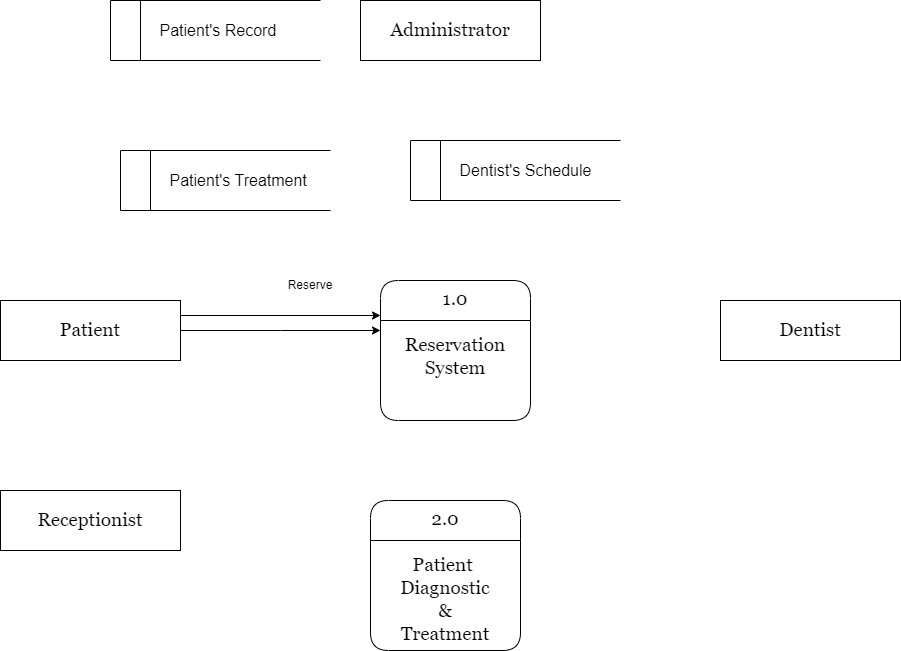
Before: DFD.png, a diagram exported from draw.io (MohamedIsa/Dental-Clinic-System). Source tidied: cells renumbered, new cells last; positions are measured from the earlier drawing's top-left corner, leaving out a move shared by most shapes. Source of this version:
```xml
<mxGraphModel>
  <root>
    <mxCell id="0" />
    <mxCell id="1" parent="0" />
    <mxCell id="2" value="1.0&#10;&#10;Reservation&#10;System" style="swimlane;fontStyle=0;horizontal=1;startSize=40;fillColor=#ffffff;swimlaneFillColor=#ffffff;rounded=1;fontSize=19;fontFamily=Georgia;verticalAlign=top;" parent="1" vertex="1">
      <mxGeometry x="380" y="280" width="150" height="140" as="geometry" />
    </mxCell>
    <mxCell id="3" value="Administrator" style="html=1;dashed=0;whiteSpace=wrap;rounded=0;fontSize=19;fontFamily=Georgia;" parent="1" vertex="1">
      <mxGeometry x="360" width="180" height="60" as="geometry" />
    </mxCell>
    <mxCell id="4" style="edgeStyle=orthogonalEdgeStyle;rounded=0;jettySize=auto;html=1;exitX=1;exitY=0.25;exitDx=0;exitDy=0;entryX=0;entryY=0.25;entryDx=0;entryDy=0;" parent="1" edge="1" source="6" target="2">
      <mxGeometry relative="1" as="geometry" />
    </mxCell>
    <mxCell id="5" style="edgeStyle=orthogonalEdgeStyle;rounded=0;jettySize=auto;html=1;exitX=1;exitY=0.5;exitDx=0;exitDy=0;" parent="1" edge="1" source="6">
      <mxGeometry relative="1" as="geometry">
        <mxPoint x="380" y="330" as="targetPoint" />
      </mxGeometry>
    </mxCell>
    <mxCell id="6" value="Patient" style="html=1;dashed=0;whiteSpace=wrap;rounded=0;fontSize=19;fontFamily=Georgia;" parent="1" vertex="1">
      <mxGeometry y="300" width="180" height="60" as="geometry" />
    </mxCell>
    <mxCell id="7" value="Receptionist" style="html=1;dashed=0;whiteSpace=wrap;rounded=0;fontSize=19;fontFamily=Georgia;" parent="1" vertex="1">
      <mxGeometry y="490" width="180" height="60" as="geometry" />
    </mxCell>
    <mxCell id="8" value="Dentist" style="html=1;dashed=0;whiteSpace=wrap;rounded=0;fontSize=19;fontFamily=Georgia;" parent="1" vertex="1">
      <mxGeometry x="720" y="300" width="180" height="60" as="geometry" />
    </mxCell>
    <mxCell id="9" value="&lt;span style=&quot;font-size: 19px;&quot;&gt;&lt;br&gt;&lt;/span&gt;" style="text;html=1;align=center;verticalAlign=middle;strokeColor=none;fillColor=none;" parent="1" vertex="1">
      <mxGeometry x="540" y="480" width="20" height="40" as="geometry" />
    </mxCell>
    <mxCell id="10" value="&lt;font size=&quot;3&quot;&gt;&amp;nbsp; &amp;nbsp; &amp;nbsp; &amp;nbsp; &amp;nbsp; Patient's Record&lt;/font&gt;" style="html=1;dashed=0;whiteSpace=wrap;shape=mxgraph.dfd.dataStoreID;align=left;spacingLeft=3;points=[[0,0],[0.5,0],[1,0],[0,0.5],[1,0.5],[0,1],[0.5,1],[1,1]];" parent="1" vertex="1">
      <mxGeometry x="110" width="210" height="60" as="geometry" />
    </mxCell>
    <mxCell id="11" value="&lt;font size=&quot;3&quot;&gt;&amp;nbsp; &amp;nbsp; &amp;nbsp; &amp;nbsp; &amp;nbsp; Patient's Treatment&lt;/font&gt;" style="html=1;dashed=0;whiteSpace=wrap;shape=mxgraph.dfd.dataStoreID;align=left;spacingLeft=3;" parent="1" vertex="1">
      <mxGeometry x="120" y="150" width="210" height="60" as="geometry" />
    </mxCell>
    <mxCell id="12" value="&lt;font size=&quot;3&quot;&gt;&amp;nbsp; &amp;nbsp; &amp;nbsp; &amp;nbsp; &amp;nbsp; Dentist's Schedule&lt;br&gt;&lt;/font&gt;" style="html=1;dashed=0;whiteSpace=wrap;shape=mxgraph.dfd.dataStoreID;align=left;spacingLeft=3;points=[[0,0],[0.5,0],[1,0],[0,0.5],[1,0.5],[0,1],[0.5,1],[1,1]];" parent="1" vertex="1">
      <mxGeometry x="410" y="140" width="210" height="60" as="geometry" />
    </mxCell>
    <mxCell id="13" value="Reserve" style="text;html=1;strokeColor=none;fillColor=none;align=center;verticalAlign=middle;whiteSpace=wrap;rounded=0;" parent="1" vertex="1">
      <mxGeometry x="250" y="270" width="120" height="30" as="geometry" />
    </mxCell>
    <mxCell id="14" value="2.0&#10;&#10;Patient &#10;Diagnostic&#10;&amp;&#10;Treatment" style="swimlane;fontStyle=0;horizontal=1;startSize=40;fillColor=#ffffff;swimlaneFillColor=#ffffff;rounded=1;fontSize=19;fontFamily=Georgia;verticalAlign=top;" parent="1" vertex="1">
      <mxGeometry x="370" y="500" width="150" height="150" as="geometry" />
    </mxCell>
  </root>
</mxGraphModel>
```
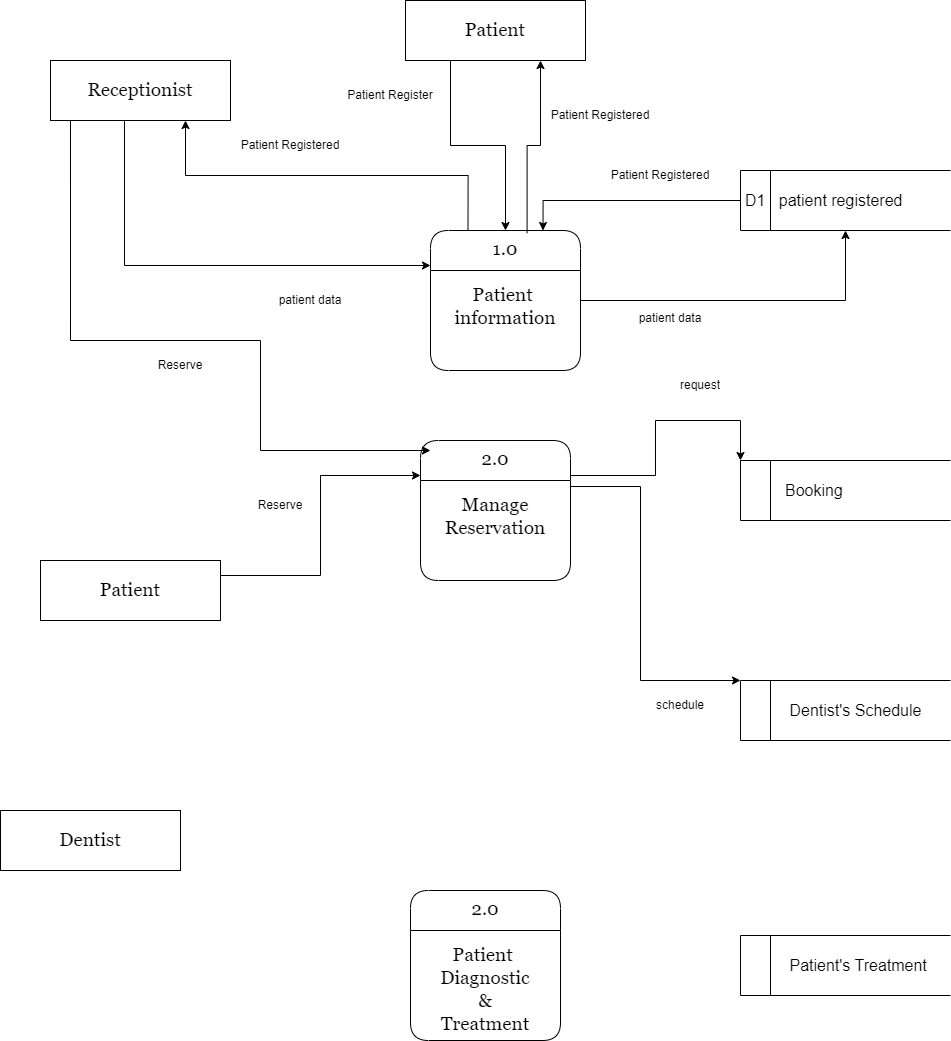
After the change.

What changed in the source:
```diff
@@ -2,46 +2,114 @@
   <root>
     <mxCell id="0" />
     <mxCell id="1" parent="0" />
-    <mxCell id="2" value="1.0&#10;&#10;Reservation&#10;System" style="swimlane;fontStyle=0;horizontal=1;startSize=40;fillColor=#ffffff;swimlaneFillColor=#ffffff;rounded=1;fontSize=19;fontFamily=Georgia;verticalAlign=top;" parent="1" vertex="1">
-      <mxGeometry x="380" y="280" width="150" height="140" as="geometry" />
+    <mxCell id="2" value="2.0&#10;&#10;Manage&#10;Reservation&#10;&#10;" style="swimlane;fontStyle=0;horizontal=1;startSize=40;fillColor=#ffffff;swimlaneFillColor=#ffffff;rounded=1;fontSize=19;fontFamily=Georgia;verticalAlign=top;" parent="1" vertex="1">
+      <mxGeometry x="380" y="180" width="150" height="140" as="geometry" />
     </mxCell>
-    <mxCell id="3" value="Administrator" style="html=1;dashed=0;whiteSpace=wrap;rounded=0;fontSize=19;fontFamily=Georgia;" parent="1" vertex="1">
-      <mxGeometry x="360" width="180" height="60" as="geometry" />
-    </mxCell>
     <mxCell id="4" style="edgeStyle=orthogonalEdgeStyle;rounded=0;jettySize=auto;html=1;exitX=1;exitY=0.25;exitDx=0;exitDy=0;entryX=0;entryY=0.25;entryDx=0;entryDy=0;" parent="1" edge="1" source="6" target="2">
       <mxGeometry relative="1" as="geometry" />
     </mxCell>
-    <mxCell id="5" style="edgeStyle=orthogonalEdgeStyle;rounded=0;jettySize=auto;html=1;exitX=1;exitY=0.5;exitDx=0;exitDy=0;" parent="1" edge="1" source="6">
-      <mxGeometry relative="1" as="geometry">
-        <mxPoint x="380" y="330" as="targetPoint" />
-      </mxGeometry>
-    </mxCell>
     <mxCell id="6" value="Patient" style="html=1;dashed=0;whiteSpace=wrap;rounded=0;fontSize=19;fontFamily=Georgia;" parent="1" vertex="1">
       <mxGeometry y="300" width="180" height="60" as="geometry" />
     </mxCell>
-    <mxCell id="7" value="Receptionist" style="html=1;dashed=0;whiteSpace=wrap;rounded=0;fontSize=19;fontFamily=Georgia;" parent="1" vertex="1">
-      <mxGeometry y="490" width="180" height="60" as="geometry" />
-    </mxCell>
     <mxCell id="8" value="Dentist" style="html=1;dashed=0;whiteSpace=wrap;rounded=0;fontSize=19;fontFamily=Georgia;" parent="1" vertex="1">
-      <mxGeometry x="720" y="300" width="180" height="60" as="geometry" />
+      <mxGeometry x="-40" y="550" width="180" height="60" as="geometry" />
     </mxCell>
     <mxCell id="9" value="&lt;span style=&quot;font-size: 19px;&quot;&gt;&lt;br&gt;&lt;/span&gt;" style="text;html=1;align=center;verticalAlign=middle;strokeColor=none;fillColor=none;" parent="1" vertex="1">
       <mxGeometry x="540" y="480" width="20" height="40" as="geometry" />
     </mxCell>
-    <mxCell id="10" value="&lt;font size=&quot;3&quot;&gt;&amp;nbsp; &amp;nbsp; &amp;nbsp; &amp;nbsp; &amp;nbsp; Patient's Record&lt;/font&gt;" style="html=1;dashed=0;whiteSpace=wrap;shape=mxgraph.dfd.dataStoreID;align=left;spacingLeft=3;points=[[0,0],[0.5,0],[1,0],[0,0.5],[1,0.5],[0,1],[0.5,1],[1,1]];" parent="1" vertex="1">
-      <mxGeometry x="110" width="210" height="60" as="geometry" />
+    <mxCell id="10" value="&lt;font size=&quot;3&quot;&gt;D1&amp;nbsp; &amp;nbsp;patient registered&amp;nbsp;&lt;/font&gt;" style="html=1;dashed=0;whiteSpace=wrap;shape=mxgraph.dfd.dataStoreID;align=left;spacingLeft=3;points=[[0,0],[0.5,0],[1,0],[0,0.5],[1,0.5],[0,1],[0.5,1],[1,1]];" parent="1" vertex="1">
+      <mxGeometry x="700" y="-90" width="210" height="60" as="geometry" />
     </mxCell>
     <mxCell id="11" value="&lt;font size=&quot;3&quot;&gt;&amp;nbsp; &amp;nbsp; &amp;nbsp; &amp;nbsp; &amp;nbsp; Patient's Treatment&lt;/font&gt;" style="html=1;dashed=0;whiteSpace=wrap;shape=mxgraph.dfd.dataStoreID;align=left;spacingLeft=3;" parent="1" vertex="1">
-      <mxGeometry x="120" y="150" width="210" height="60" as="geometry" />
+      <mxGeometry x="700" y="675" width="210" height="60" as="geometry" />
     </mxCell>
-    <mxCell id="12" value="&lt;font size=&quot;3&quot;&gt;&amp;nbsp; &amp;nbsp; &amp;nbsp; &amp;nbsp; &amp;nbsp; Dentist's Schedule&lt;br&gt;&lt;/font&gt;" style="html=1;dashed=0;whiteSpace=wrap;shape=mxgraph.dfd.dataStoreID;align=left;spacingLeft=3;points=[[0,0],[0.5,0],[1,0],[0,0.5],[1,0.5],[0,1],[0.5,1],[1,1]];" parent="1" vertex="1">
-      <mxGeometry x="410" y="140" width="210" height="60" as="geometry" />
+    <mxCell id="12" value="&lt;font size=&quot;3&quot;&gt;&amp;nbsp; &amp;nbsp; &amp;nbsp; &amp;nbsp; &amp;nbsp;Booking&lt;/font&gt;" style="html=1;dashed=0;whiteSpace=wrap;shape=mxgraph.dfd.dataStoreID;align=left;spacingLeft=3;points=[[0,0],[0.5,0],[1,0],[0,0.5],[1,0.5],[0,1],[0.5,1],[1,1]];" parent="1" vertex="1">
+      <mxGeometry x="700" y="200" width="210" height="60" as="geometry" />
     </mxCell>
     <mxCell id="13" value="Reserve" style="text;html=1;strokeColor=none;fillColor=none;align=center;verticalAlign=middle;whiteSpace=wrap;rounded=0;" parent="1" vertex="1">
-      <mxGeometry x="250" y="270" width="120" height="30" as="geometry" />
+      <mxGeometry x="80" y="90" width="120" height="30" as="geometry" />
     </mxCell>
     <mxCell id="14" value="2.0&#10;&#10;Patient &#10;Diagnostic&#10;&amp;&#10;Treatment" style="swimlane;fontStyle=0;horizontal=1;startSize=40;fillColor=#ffffff;swimlaneFillColor=#ffffff;rounded=1;fontSize=19;fontFamily=Georgia;verticalAlign=top;" parent="1" vertex="1">
-      <mxGeometry x="370" y="500" width="150" height="150" as="geometry" />
+      <mxGeometry x="370" y="630" width="150" height="150" as="geometry" />
     </mxCell>
+    <mxCell id="15" value="&lt;font size=&quot;3&quot;&gt;&amp;nbsp; &amp;nbsp; &amp;nbsp; &amp;nbsp; &amp;nbsp; Dentist's Schedule&lt;br&gt;&lt;/font&gt;" style="html=1;dashed=0;whiteSpace=wrap;shape=mxgraph.dfd.dataStoreID;align=left;spacingLeft=3;points=[[0,0],[0.5,0],[1,0],[0,0.5],[1,0.5],[0,1],[0.5,1],[1,1]];" parent="1" vertex="1">
+      <mxGeometry x="700" y="420" width="210" height="60" as="geometry" />
+    </mxCell>
+    <mxCell id="16" value="1.0&#10;&#10;Patient &#10;information" style="swimlane;fontStyle=0;horizontal=1;startSize=40;fillColor=#ffffff;swimlaneFillColor=#ffffff;rounded=1;fontSize=19;fontFamily=Georgia;verticalAlign=top;" parent="1" vertex="1">
+      <mxGeometry x="390" y="-30" width="150" height="140" as="geometry" />
+    </mxCell>
+    <mxCell id="7" value="Receptionist" style="html=1;dashed=0;whiteSpace=wrap;rounded=0;fontSize=19;fontFamily=Georgia;" parent="1" vertex="1">
+      <mxGeometry x="10" y="-200" width="180" height="60" as="geometry" />
+    </mxCell>
+    <mxCell id="17" style="edgeStyle=orthogonalEdgeStyle;rounded=0;jettySize=auto;html=1;exitX=0.411;exitY=1.011;exitDx=0;exitDy=0;entryX=0;entryY=0.25;entryDx=0;entryDy=0;exitPerimeter=0;" parent="1" edge="1" source="7" target="16">
+      <mxGeometry relative="1" as="geometry" />
+    </mxCell>
+    <mxCell id="18" value="patient data" style="text;html=1;strokeColor=none;fillColor=none;align=center;verticalAlign=middle;whiteSpace=wrap;rounded=0;" parent="1" vertex="1">
+      <mxGeometry x="210" y="25" width="120" height="30" as="geometry" />
+    </mxCell>
+    <mxCell id="19" style="edgeStyle=orthogonalEdgeStyle;rounded=0;jettySize=auto;html=1;exitX=0;exitY=0.5;exitDx=0;exitDy=0;entryX=0.75;entryY=0;entryDx=0;entryDy=0;" parent="1" edge="1" source="10" target="16">
+      <mxGeometry relative="1" as="geometry" />
+    </mxCell>
+    <mxCell id="20" style="edgeStyle=orthogonalEdgeStyle;rounded=0;jettySize=auto;html=1;exitX=1;exitY=0.5;exitDx=0;exitDy=0;entryX=0.5;entryY=1;entryDx=0;entryDy=0;" parent="1" edge="1" source="16" target="10">
+      <mxGeometry relative="1" as="geometry" />
+    </mxCell>
+    <mxCell id="21" value="patient data&lt;div&gt;&lt;br&gt;&lt;/div&gt;" style="text;html=1;strokeColor=none;fillColor=none;align=center;verticalAlign=middle;whiteSpace=wrap;rounded=0;" parent="1" vertex="1">
+      <mxGeometry x="570" y="50" width="120" height="30" as="geometry" />
+    </mxCell>
+    <mxCell id="22" value="Patient Registered" style="text;html=1;strokeColor=none;fillColor=none;align=center;verticalAlign=middle;whiteSpace=wrap;rounded=0;" parent="1" vertex="1">
+      <mxGeometry x="560" y="-100" width="120" height="30" as="geometry" />
+    </mxCell>
+    <mxCell id="23" style="edgeStyle=orthogonalEdgeStyle;rounded=0;jettySize=auto;html=1;exitX=0.25;exitY=0;exitDx=0;exitDy=0;entryX=0.75;entryY=1;entryDx=0;entryDy=0;" parent="1" edge="1" source="16" target="7">
+      <mxGeometry relative="1" as="geometry" />
+    </mxCell>
+    <mxCell id="24" style="edgeStyle=orthogonalEdgeStyle;rounded=0;jettySize=auto;html=1;exitX=0.111;exitY=1;exitDx=0;exitDy=0;exitPerimeter=0;" parent="1" edge="1" source="7">
+      <mxGeometry relative="1" as="geometry">
+        <mxPoint x="390" y="190" as="targetPoint" />
+        <Array as="points">
+          <mxPoint x="30" y="80" />
+          <mxPoint x="220" y="80" />
+          <mxPoint x="220" y="190" />
+        </Array>
+      </mxGeometry>
+    </mxCell>
+    <mxCell id="25" value="Reserve" style="text;html=1;strokeColor=none;fillColor=none;align=center;verticalAlign=middle;whiteSpace=wrap;rounded=0;" parent="1" vertex="1">
+      <mxGeometry x="180" y="230" width="120" height="30" as="geometry" />
+    </mxCell>
+    <mxCell id="26" value="Patient Registered" style="text;html=1;strokeColor=none;fillColor=none;align=center;verticalAlign=middle;whiteSpace=wrap;rounded=0;" parent="1" vertex="1">
+      <mxGeometry x="190" y="-130" width="120" height="30" as="geometry" />
+    </mxCell>
+    <mxCell id="27" value="Patient" style="html=1;dashed=0;whiteSpace=wrap;rounded=0;fontSize=19;fontFamily=Georgia;" parent="1" vertex="1">
+      <mxGeometry x="365" y="-260" width="180" height="60" as="geometry" />
+    </mxCell>
+    <mxCell id="28" style="edgeStyle=orthogonalEdgeStyle;rounded=0;jettySize=auto;html=1;exitX=0.25;exitY=1;exitDx=0;exitDy=0;" parent="1" edge="1" source="27" target="16">
+      <mxGeometry relative="1" as="geometry" />
+    </mxCell>
+    <mxCell id="29" value="Patient Register" style="text;html=1;strokeColor=none;fillColor=none;align=center;verticalAlign=middle;whiteSpace=wrap;rounded=0;" parent="1" vertex="1">
+      <mxGeometry x="290" y="-180" width="120" height="30" as="geometry" />
+    </mxCell>
+    <mxCell id="30" style="edgeStyle=orthogonalEdgeStyle;rounded=0;jettySize=auto;html=1;entryX=0.75;entryY=1;entryDx=0;entryDy=0;exitX=0.644;exitY=0.019;exitDx=0;exitDy=0;exitPerimeter=0;" parent="1" edge="1" source="16" target="27">
+      <mxGeometry relative="1" as="geometry" />
+    </mxCell>
+    <mxCell id="31" value="Patient Registered" style="text;html=1;strokeColor=none;fillColor=none;align=center;verticalAlign=middle;whiteSpace=wrap;rounded=0;" parent="1" vertex="1">
+      <mxGeometry x="500" y="-160" width="120" height="30" as="geometry" />
+    </mxCell>
+    <mxCell id="32" style="edgeStyle=orthogonalEdgeStyle;rounded=0;jettySize=auto;html=1;exitX=1;exitY=0.25;exitDx=0;exitDy=0;entryX=0;entryY=0;entryDx=0;entryDy=0;" parent="1" edge="1" source="2" target="12">
+      <mxGeometry relative="1" as="geometry" />
+    </mxCell>
+    <mxCell id="33" value="request" style="text;html=1;strokeColor=none;fillColor=none;align=center;verticalAlign=middle;whiteSpace=wrap;rounded=0;" parent="1" vertex="1">
+      <mxGeometry x="600" y="110" width="120" height="30" as="geometry" />
+    </mxCell>
+    <mxCell id="34" style="edgeStyle=orthogonalEdgeStyle;rounded=0;jettySize=auto;html=1;exitX=1;exitY=0.5;exitDx=0;exitDy=0;entryX=0;entryY=0;entryDx=0;entryDy=0;" parent="1" edge="1" source="2" target="15">
+      <mxGeometry relative="1" as="geometry">
+        <Array as="points">
+          <mxPoint x="530" y="226" />
+          <mxPoint x="600" y="226" />
+          <mxPoint x="600" y="420" />
+        </Array>
+      </mxGeometry>
+    </mxCell>
+    <mxCell id="35" value="schedule" style="text;html=1;strokeColor=none;fillColor=none;align=center;verticalAlign=middle;whiteSpace=wrap;rounded=0;" parent="1" vertex="1">
+      <mxGeometry x="580" y="430" width="120" height="30" as="geometry" />
+    </mxCell>
   </root>
 </mxGraphModel>
```
